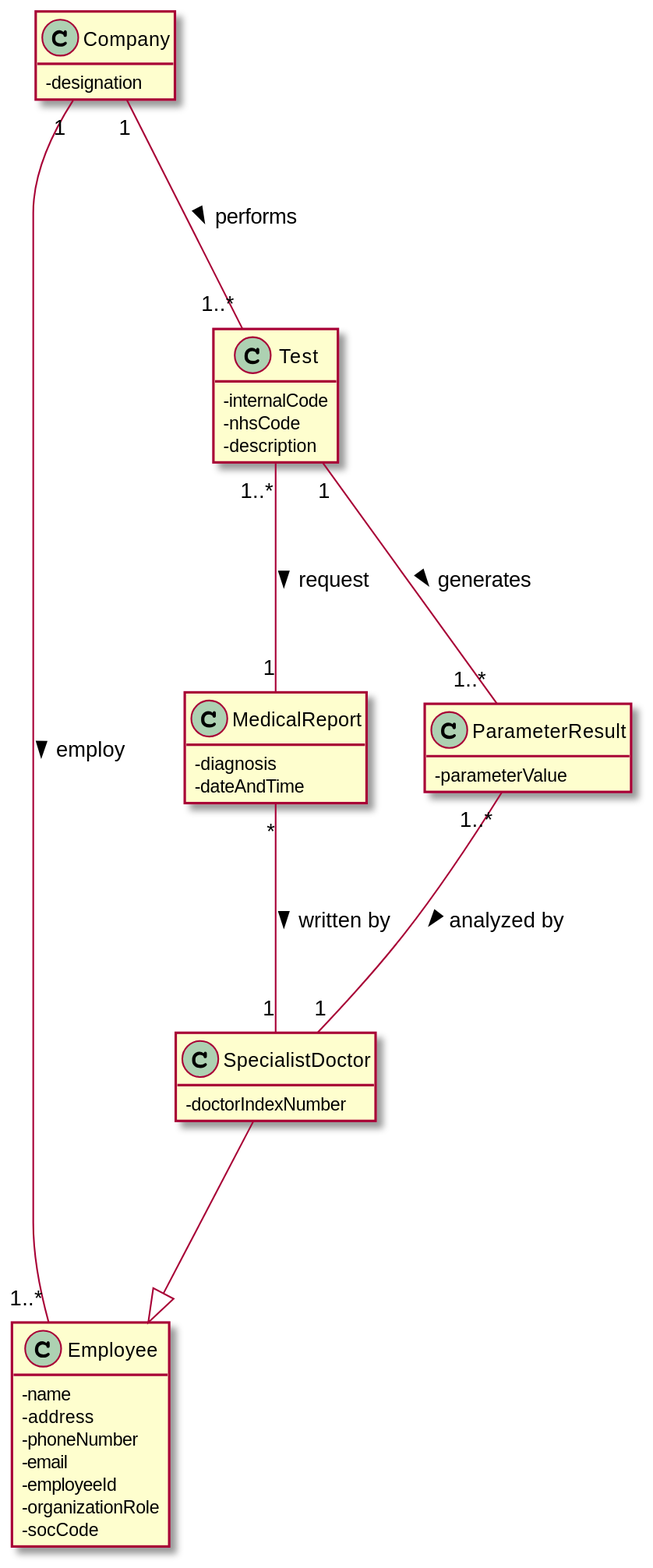
manu-07-ela/LAPR2_ISEP keeps this PlantUML diagram as docs/SprintC/US14/US14_DM.svg. Above is the earlier version.
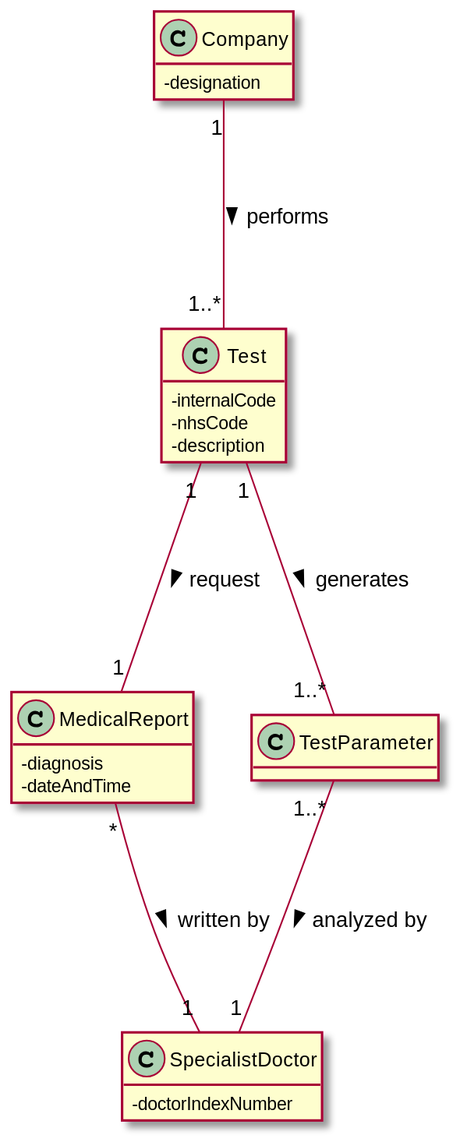
After the change.

The edit, as a diff of the source:
```diff
@@ -4,17 +4,6 @@
 
 class Company{
 -designation
-}
-
-
-class Employee{
--name
--address
--phoneNumber
--email
--employeeId
--organizationRole
--socCode
 }
 
 class SpecialistDoctor{
@@ -32,16 +21,15 @@
 -dateAndTime
 }
 
-class ParameterResult{
--parameterValue
+class TestParameter{
+
 }
 
-Company "1"---"1..*" Employee : employ >
 Company "1"---"1..*" Test : performs >
-Test "1" ---"1..*" ParameterResult : generates >
-Test "1..*" ---"1" MedicalReport : request >
-ParameterResult "1..*"---"1" SpecialistDoctor : analyzed by >
-SpecialistDoctor ---|> Employee
+Test "1" ---"1..*" TestParameter : generates >
+Test "1" ---"1" MedicalReport : request >
+TestParameter "1..*"---"1" SpecialistDoctor : analyzed by >
+
 MedicalReport "*"---"1" SpecialistDoctor : written by >
 
 @enduml
```
